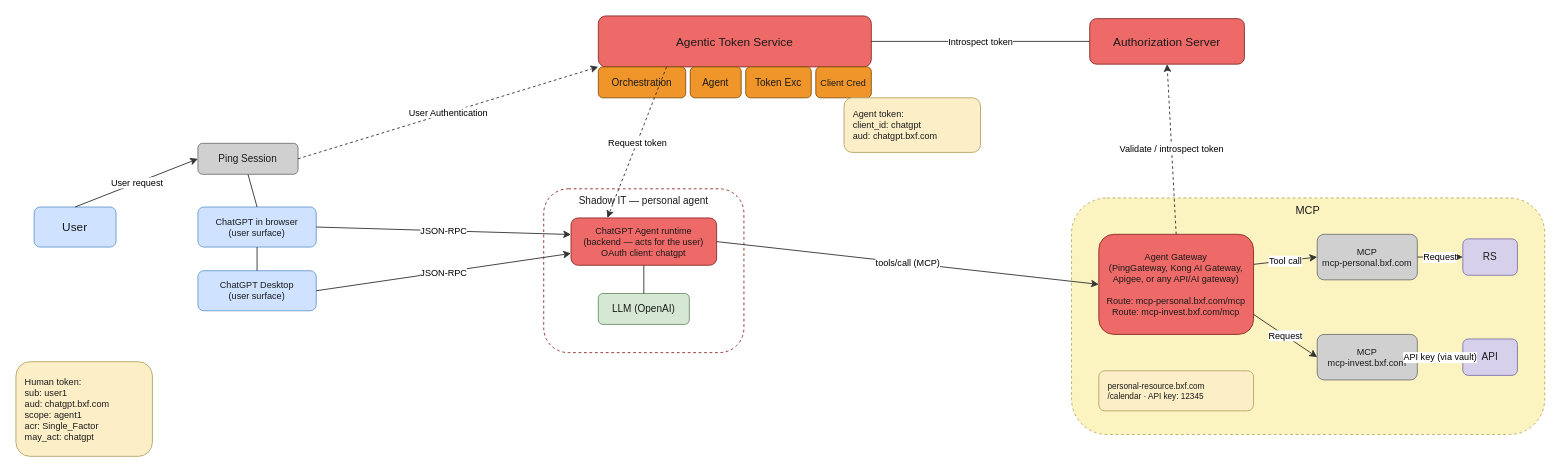
This is docs/diagrams/personal-agent-chatgpt.drawio from curtismu7/AI-DEMO2, a draw.io file, before an edit. Source tidied: cells renumbered, new cells numbered last; positions are measured from the earlier drawing's top-left corner, leaving out a move shared by most shapes. Both pictures are drawn from the tidied source at 91%, with x=0, y=0 at pixel (15, 15).
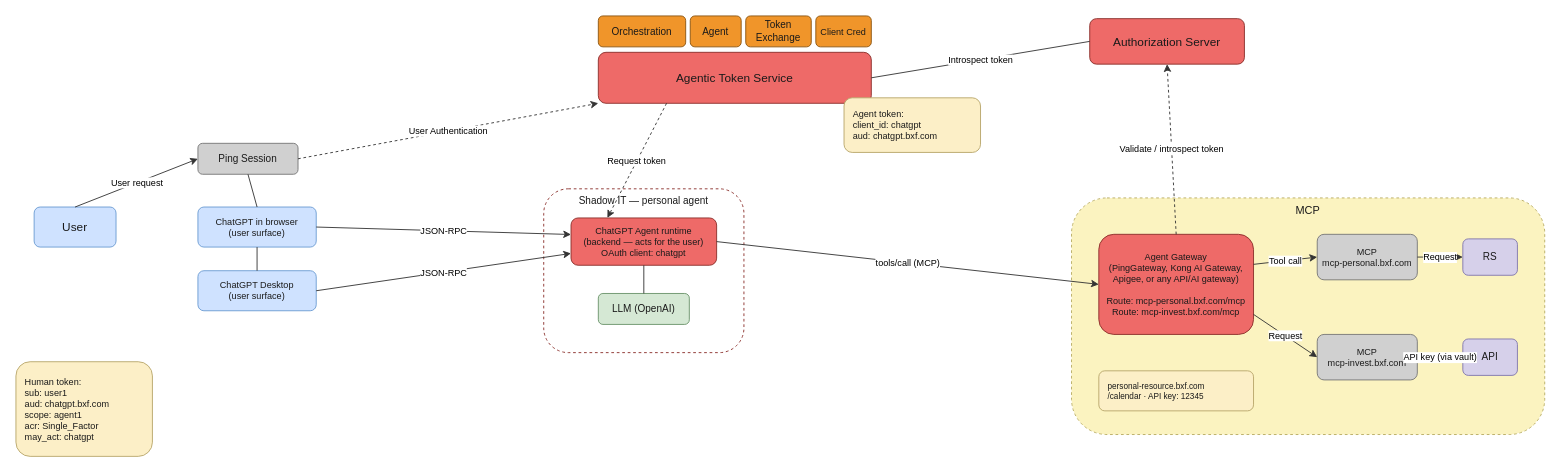
The same page after the edit.

Commit message (it also covers changes not shown here):
docs(diagrams): ATS sub-components above title box, rename Token Exc to Token Exchange

The edit, as a diff of the source:
```diff
@@
     <mxCell id="2" value="Agentic Token Service" style="rounded=1;whiteSpace=wrap;html=1;fillColor=#ee6a68;strokeColor=#8a2f2a;fontColor=#1a1a1a;fontSize=13;" parent="1" vertex="1">
-      <mxGeometry x="640" width="300" height="56" as="geometry" />
+      <mxGeometry x="640" y="40" width="300" height="56" as="geometry" />
     </mxCell>
     <mxCell id="3" value="Orchestration" style="rounded=1;whiteSpace=wrap;html=1;fillColor=#f0952a;strokeColor=#8a5410;fontColor=#1a1a1a;fontSize=11;" parent="1" vertex="1">
-      <mxGeometry x="640" y="56" width="96" height="34" as="geometry" />
+      <mxGeometry x="640" width="96" height="34" as="geometry" />
     </mxCell>
     <mxCell id="4" value="Agent" style="rounded=1;whiteSpace=wrap;html=1;fillColor=#f0952a;strokeColor=#8a5410;fontColor=#1a1a1a;fontSize=11;" parent="1" vertex="1">
-      <mxGeometry x="741" y="56" width="56" height="34" as="geometry" />
+      <mxGeometry x="741" width="56" height="34" as="geometry" />
     </mxCell>
-    <mxCell id="5" value="Token Exc" style="rounded=1;whiteSpace=wrap;html=1;fillColor=#f0952a;strokeColor=#8a5410;fontColor=#1a1a1a;fontSize=11;" parent="1" vertex="1">
-      <mxGeometry x="802" y="56" width="72" height="34" as="geometry" />
+    <mxCell id="5" value="Token Exchange" style="rounded=1;whiteSpace=wrap;html=1;fillColor=#f0952a;strokeColor=#8a5410;fontColor=#1a1a1a;fontSize=11;" parent="1" vertex="1">
+      <mxGeometry x="802" width="72" height="34" as="geometry" />
     </mxCell>
     <mxCell id="6" value="Client Cred" style="rounded=1;whiteSpace=wrap;html=1;fillColor=#f0952a;strokeColor=#8a5410;fontColor=#1a1a1a;fontSize=10;" parent="1" vertex="1">
-      <mxGeometry x="879" y="56" width="61" height="34" as="geometry" />
+      <mxGeometry x="879" width="61" height="34" as="geometry" />
     </mxCell>
```
